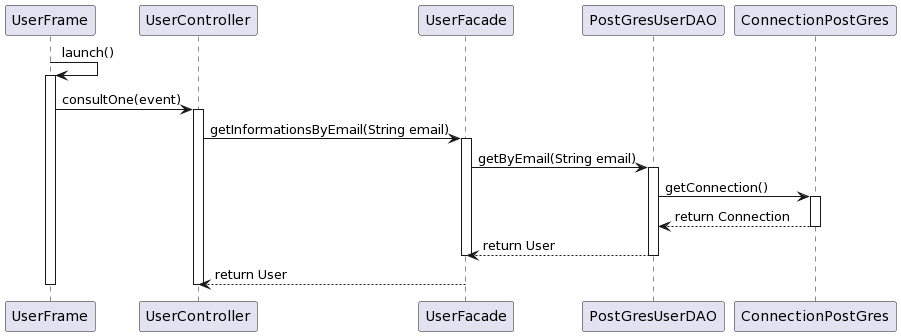
Above: diagrammes/User/sequence-consultOne.png in thmsfnr/Simplify (PlantUML), before the change. Its source is kept beside it as diagrammes/User/sequence-consultOne.plantuml. Source of this version:
```plantuml
@startuml consultOne

UserFrame -> UserFrame : launch()
activate UserFrame

UserFrame -> UserController: consultOne(event)
activate UserController

UserController -> UserFacade: getInformationsByEmail(String email)
activate UserFacade

UserFacade -> PostGresUserDAO : getByEmail(String email)
activate PostGresUserDAO

PostGresUserDAO -> ConnectionPostGres : getConnection()
activate ConnectionPostGres
ConnectionPostGres --> PostGresUserDAO : return Connection
deactivate ConnectionPostGres
PostGresUserDAO --> UserFacade : return User
deactivate PostGresUserDAO
deactivate UserFacade

UserFacade --> UserController : return User
deactivate UserController
deactivate UserFrame

@enduml
```
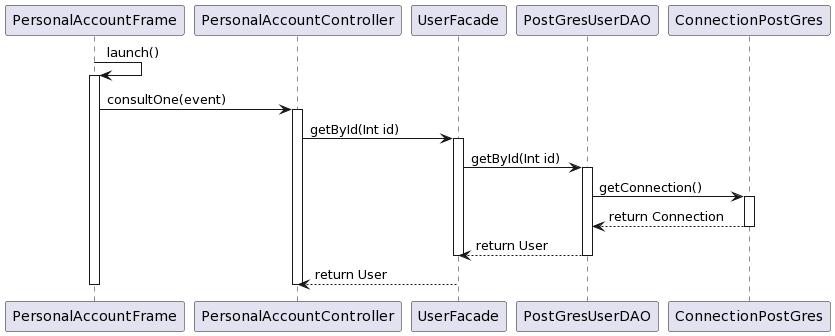
After the change.

The edit, as a diff of the source:
```diff
@@ -1,15 +1,15 @@
 @startuml consultOne
 
-UserFrame -> UserFrame : launch()
-activate UserFrame
+PersonalAccountFrame -> PersonalAccountFrame : launch()
+activate PersonalAccountFrame
 
-UserFrame -> UserController: consultOne(event)
-activate UserController
+PersonalAccountFrame -> PersonalAccountController: consultOne(event)
+activate PersonalAccountController
 
-UserController -> UserFacade: getInformationsByEmail(String email)
+PersonalAccountController -> UserFacade: getById(Int id)
 activate UserFacade
 
-UserFacade -> PostGresUserDAO : getByEmail(String email)
+UserFacade -> PostGresUserDAO : getById(Int id)
 activate PostGresUserDAO
 
 PostGresUserDAO -> ConnectionPostGres : getConnection()
@@ -20,8 +20,8 @@
 deactivate PostGresUserDAO
 deactivate UserFacade
 
-UserFacade --> UserController : return User
-deactivate UserController
-deactivate UserFrame
+UserFacade --> PersonalAccountController : return User
+deactivate PersonalAccountController
+deactivate PersonalAccountFrame
 
 @enduml
```
